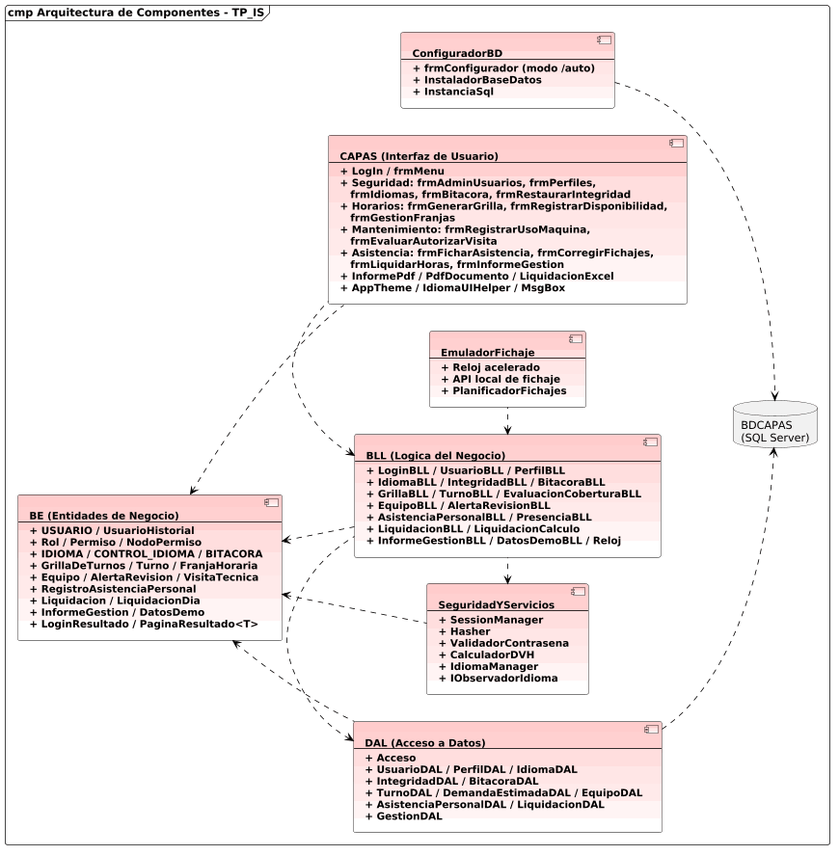
The PlantUML diagram DIAGRAMAS/DiagramaComponentes/DiagramaComponentes - TP_IS.png in Urrels/ingenieria_software, before a commit.
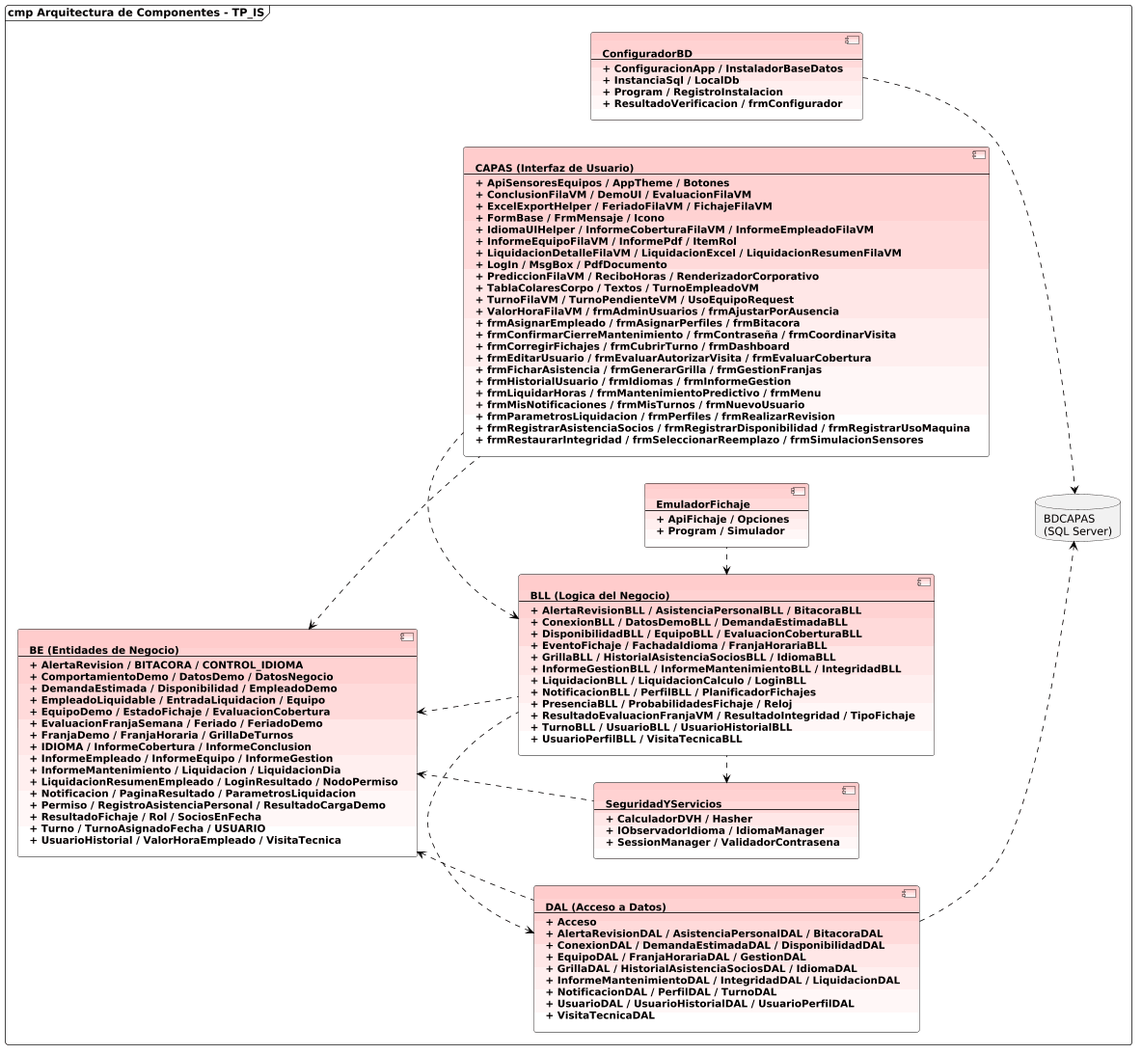
Later version of the same file.

Commit message:
Actualizar DER, diagramas de clases y de componentes

Diff of the diagram source:
```diff
@@ -17,19 +17,19 @@
 
 frame "cmp Arquitectura de Componentes - TP_IS" {
 
-  component "BE (Entidades de Negocio)\n--\n+ USUARIO / UsuarioHistorial\n+ Rol / Permiso / NodoPermiso\n+ IDIOMA / CONTROL_IDIOMA / BITACORA\n+ GrillaDeTurnos / Turno / FranjaHoraria\n+ Equipo / AlertaRevision / VisitaTecnica\n+ RegistroAsistenciaPersonal\n+ Liquidacion / LiquidacionDia\n+ InformeGestion / DatosDemo\n+ LoginResultado / PaginaResultado<T>" as BE
+  component "BE (Entidades de Negocio)\n--\n+ AlertaRevision / BITACORA / CONTROL_IDIOMA\n+ ComportamientoDemo / DatosDemo / DatosNegocio\n+ DemandaEstimada / Disponibilidad / EmpleadoDemo\n+ EmpleadoLiquidable / EntradaLiquidacion / Equipo\n+ EquipoDemo / EstadoFichaje / EvaluacionCobertura\n+ EvaluacionFranjaSemana / Feriado / FeriadoDemo\n+ FranjaDemo / FranjaHoraria / GrillaDeTurnos\n+ IDIOMA / InformeCobertura / InformeConclusion\n+ InformeEmpleado / InformeEquipo / InformeGestion\n+ InformeMantenimiento / Liquidacion / LiquidacionDia\n+ LiquidacionResumenEmpleado / LoginResultado / NodoPermiso\n+ Notificacion / PaginaResultado / ParametrosLiquidacion\n+ Permiso / RegistroAsistenciaPersonal / ResultadoCargaDemo\n+ ResultadoFichaje / Rol / SociosEnFecha\n+ Turno / TurnoAsignadoFecha / USUARIO\n+ UsuarioHistorial / ValorHoraEmpleado / VisitaTecnica" as BE
 
-  component "CAPAS (Interfaz de Usuario)\n--\n+ LogIn / frmMenu\n+ Seguridad: frmAdminUsuarios, frmPerfiles,\n   frmIdiomas, frmBitacora, frmRestaurarIntegridad\n+ Horarios: frmGenerarGrilla, frmRegistrarDisponibilidad,\n   frmGestionFranjas\n+ Mantenimiento: frmRegistrarUsoMaquina,\n   frmEvaluarAutorizarVisita\n+ Asistencia: frmFicharAsistencia, frmCorregirFichajes,\n   frmLiquidarHoras, frmInformeGestion\n+ InformePdf / PdfDocumento / LiquidacionExcel\n+ AppTheme / IdiomaUIHelper / MsgBox" as CAPAS
+  component "CAPAS (Interfaz de Usuario)\n--\n+ ApiSensoresEquipos / AppTheme / Botones\n+ ConclusionFilaVM / DemoUI / EvaluacionFilaVM\n+ ExcelExportHelper / FeriadoFilaVM / FichajeFilaVM\n+ FormBase / FrmMensaje / Icono\n+ IdiomaUIHelper / InformeCoberturaFilaVM / InformeEmpleadoFilaVM\n+ InformeEquipoFilaVM / InformePdf / ItemRol\n+ LiquidacionDetalleFilaVM / LiquidacionExcel / LiquidacionResumenFilaVM\n+ LogIn / MsgBox / PdfDocumento\n+ PrediccionFilaVM / ReciboHoras / RenderizadorCorporativo\n+ TablaColaresCorpo / Textos / TurnoEmpleadoVM\n+ TurnoFilaVM / TurnoPendienteVM / UsoEquipoRequest\n+ ValorHoraFilaVM / frmAdminUsuarios / frmAjustarPorAusencia\n+ frmAsignarEmpleado / frmAsignarPerfiles / frmBitacora\n+ frmConfirmarCierreMantenimiento / frmContraseña / frmCoordinarVisita\n+ frmCorregirFichajes / frmCubrirTurno / frmDashboard\n+ frmEditarUsuario / frmEvaluarAutorizarVisita / frmEvaluarCobertura\n+ frmFicharAsistencia / frmGenerarGrilla / frmGestionFranjas\n+ frmHistorialUsuario / frmIdiomas / frmInformeGestion\n+ frmLiquidarHoras / frmMantenimientoPredictivo / frmMenu\n+ frmMisNotificaciones / frmMisTurnos / frmNuevoUsuario\n+ frmParametrosLiquidacion / frmPerfiles / frmRealizarRevision\n+ frmRegistrarAsistenciaSocios / frmRegistrarDisponibilidad / frmRegistrarUsoMaquina\n+ frmRestaurarIntegridad / frmSeleccionarReemplazo / frmSimulacionSensores" as CAPAS
 
-  component "BLL (Logica del Negocio)\n--\n+ LoginBLL / UsuarioBLL / PerfilBLL\n+ IdiomaBLL / IntegridadBLL / BitacoraBLL\n+ GrillaBLL / TurnoBLL / EvaluacionCoberturaBLL\n+ EquipoBLL / AlertaRevisionBLL\n+ AsistenciaPersonalBLL / PresenciaBLL\n+ LiquidacionBLL / LiquidacionCalculo\n+ InformeGestionBLL / DatosDemoBLL / Reloj" as BLL
+  component "BLL (Logica del Negocio)\n--\n+ AlertaRevisionBLL / AsistenciaPersonalBLL / BitacoraBLL\n+ ConexionBLL / DatosDemoBLL / DemandaEstimadaBLL\n+ DisponibilidadBLL / EquipoBLL / EvaluacionCoberturaBLL\n+ EventoFichaje / FachadaIdioma / FranjaHorariaBLL\n+ GrillaBLL / HistorialAsistenciaSociosBLL / IdiomaBLL\n+ InformeGestionBLL / InformeMantenimientoBLL / IntegridadBLL\n+ LiquidacionBLL / LiquidacionCalculo / LoginBLL\n+ NotificacionBLL / PerfilBLL / PlanificadorFichajes\n+ PresenciaBLL / ProbabilidadesFichaje / Reloj\n+ ResultadoEvaluacionFranjaVM / ResultadoIntegridad / TipoFichaje\n+ TurnoBLL / UsuarioBLL / UsuarioHistorialBLL\n+ UsuarioPerfilBLL / VisitaTecnicaBLL" as BLL
 
-  component "SeguridadYServicios\n--\n+ SessionManager\n+ Hasher\n+ ValidadorContrasena\n+ CalculadorDVH\n+ IdiomaManager\n+ IObservadorIdioma" as SyS
+  component "SeguridadYServicios\n--\n+ CalculadorDVH / Hasher\n+ IObservadorIdioma / IdiomaManager\n+ SessionManager / ValidadorContrasena" as SyS
 
-  component "DAL (Acceso a Datos)\n--\n+ Acceso\n+ UsuarioDAL / PerfilDAL / IdiomaDAL\n+ IntegridadDAL / BitacoraDAL\n+ TurnoDAL / DemandaEstimadaDAL / EquipoDAL\n+ AsistenciaPersonalDAL / LiquidacionDAL\n+ GestionDAL" as DAL
+  component "DAL (Acceso a Datos)\n--\n+ Acceso\n+ AlertaRevisionDAL / AsistenciaPersonalDAL / BitacoraDAL\n+ ConexionDAL / DemandaEstimadaDAL / DisponibilidadDAL\n+ EquipoDAL / FranjaHorariaDAL / GestionDAL\n+ GrillaDAL / HistorialAsistenciaSociosDAL / IdiomaDAL\n+ InformeMantenimientoDAL / IntegridadDAL / LiquidacionDAL\n+ NotificacionDAL / PerfilDAL / TurnoDAL\n+ UsuarioDAL / UsuarioHistorialDAL / UsuarioPerfilDAL\n+ VisitaTecnicaDAL" as DAL
 
-  component "ConfiguradorBD\n--\n+ frmConfigurador (modo /auto)\n+ InstaladorBaseDatos\n+ InstanciaSql" as CFG
+  component "ConfiguradorBD\n--\n+ ConfiguracionApp / InstaladorBaseDatos\n+ InstanciaSql / LocalDb\n+ Program / RegistroInstalacion\n+ ResultadoVerificacion / frmConfigurador" as CFG
 
-  component "EmuladorFichaje\n--\n+ Reloj acelerado\n+ API local de fichaje\n+ PlanificadorFichajes" as EMU
+  component "EmuladorFichaje\n--\n+ ApiFichaje / Opciones\n+ Program / Simulador" as EMU
 
   database "BDCAPAS\n(SQL Server)" as BD
 
```
